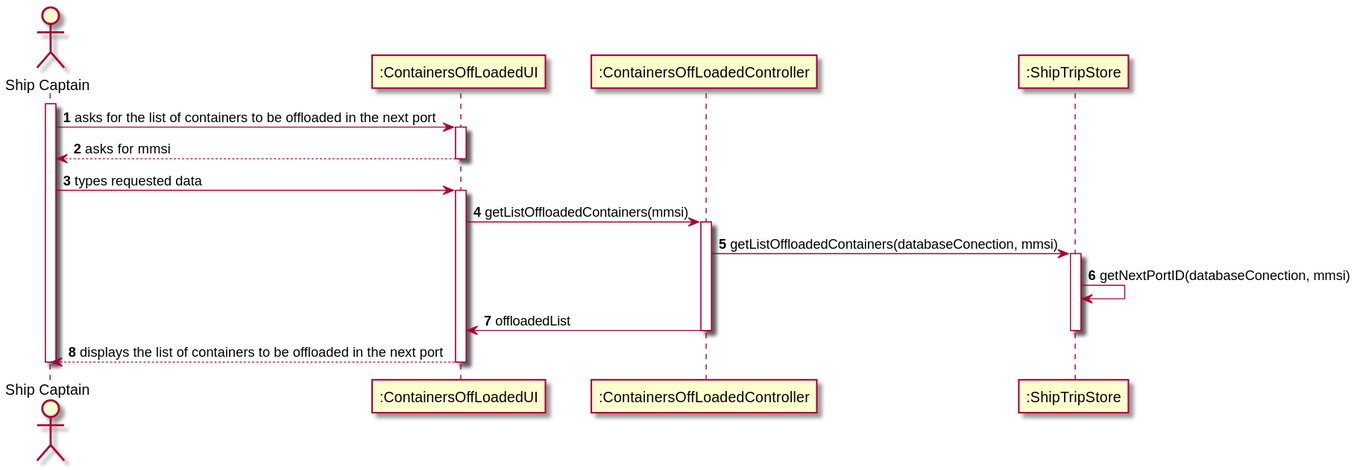
The PlantUML diagram docs/US205/US205_SD.svg in ana-albergaria/LAPR3-ISEP, before a commit.
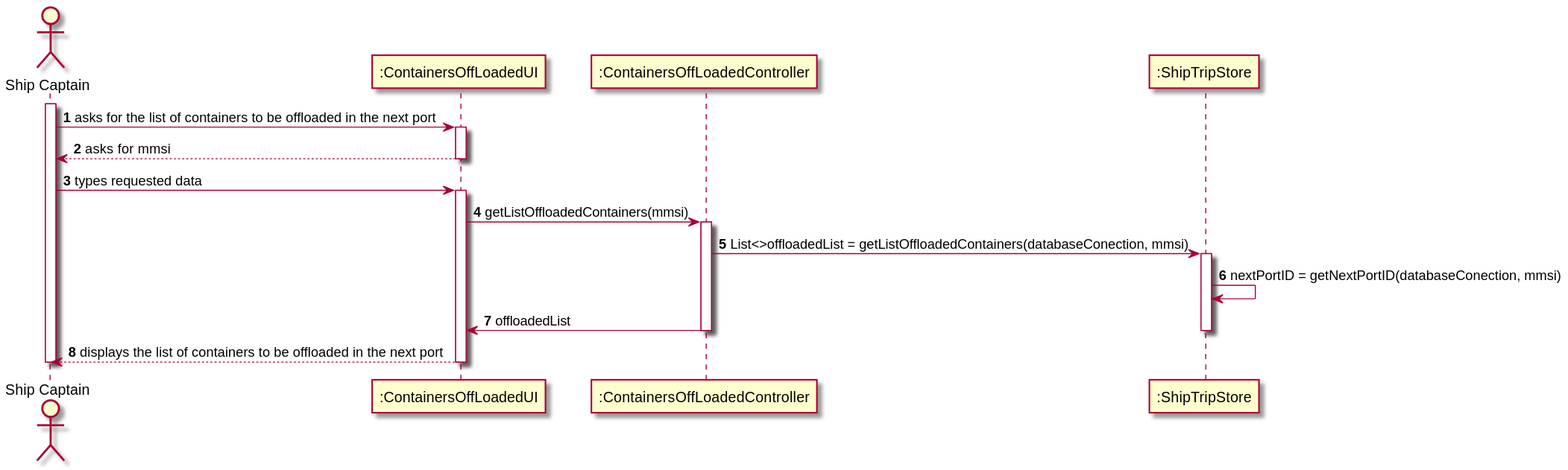
The same diagram one commit later.

Commit message:
G54-136 #time 10m #comment done US205 SD. #close

What changed in the source:
```diff
@@ -15,10 +15,10 @@
 
 UI -> CTRL : getListOffloadedContainers(mmsi)
 activate CTRL
-CTRL -> SBST : getListOffloadedContainers(databaseConection, mmsi)
+CTRL -> SBST : List<>offloadedList = getListOffloadedContainers(databaseConection, mmsi)
 
 activate SBST
-SBST -> SBST : getNextPortID(databaseConection, mmsi)
+SBST -> SBST : nextPortID = getNextPortID(databaseConection, mmsi)
 CTRL -> UI : offloadedList
 deactivate SBST
 deactivate CTRL
```
